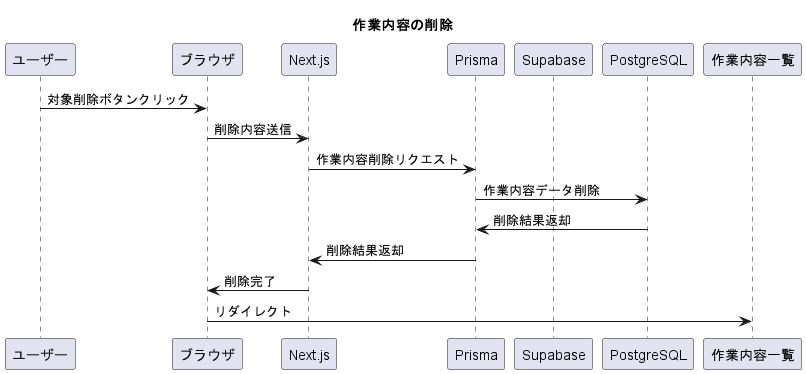
Above: uml/out/angerLog/funcCategoryDelete/funcCategoryDelete.png in washogo/angerLogApp (PlantUML), before the change. The source it was exported from:
```plantuml
@startuml funcCategoryDelete
title "作業内容の削除"
participant ユーザー
participant ブラウザ
participant Next.js
participant Prisma
participant Supabase
participant PostgreSQL
participant 作業内容一覧

ユーザー -> ブラウザ: 対象削除ボタンクリック
ブラウザ -> Next.js: 削除内容送信
Next.js -> Prisma: 作業内容削除リクエスト
Prisma -> PostgreSQL: 作業内容データ削除
PostgreSQL -> Prisma: 削除結果返却
Prisma -> Next.js: 削除結果返却
Next.js -> ブラウザ: 削除完了
ブラウザ -> 作業内容一覧: リダイレクト
@enduml
```
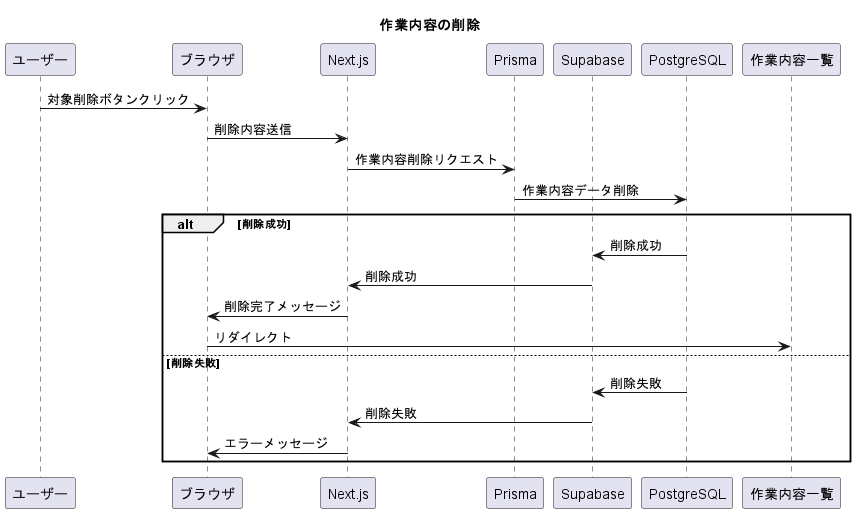
Above is the later version.

The edit, as a diff of the source:
```diff
@@ -12,8 +12,14 @@
 ブラウザ -> Next.js: 削除内容送信
 Next.js -> Prisma: 作業内容削除リクエスト
 Prisma -> PostgreSQL: 作業内容データ削除
-PostgreSQL -> Prisma: 削除結果返却
-Prisma -> Next.js: 削除結果返却
-Next.js -> ブラウザ: 削除完了
+alt 削除成功
+PostgreSQL -> Supabase: 削除成功
+  Supabase -> Next.js: 削除成功
+  Next.js -> ブラウザ: 削除完了メッセージ
 ブラウザ -> 作業内容一覧: リダイレクト
+else 削除失敗
+  PostgreSQL -> Supabase: 削除失敗
+  Supabase -> Next.js: 削除失敗
+  Next.js -> ブラウザ: エラーメッセージ
+end
 @enduml
```
